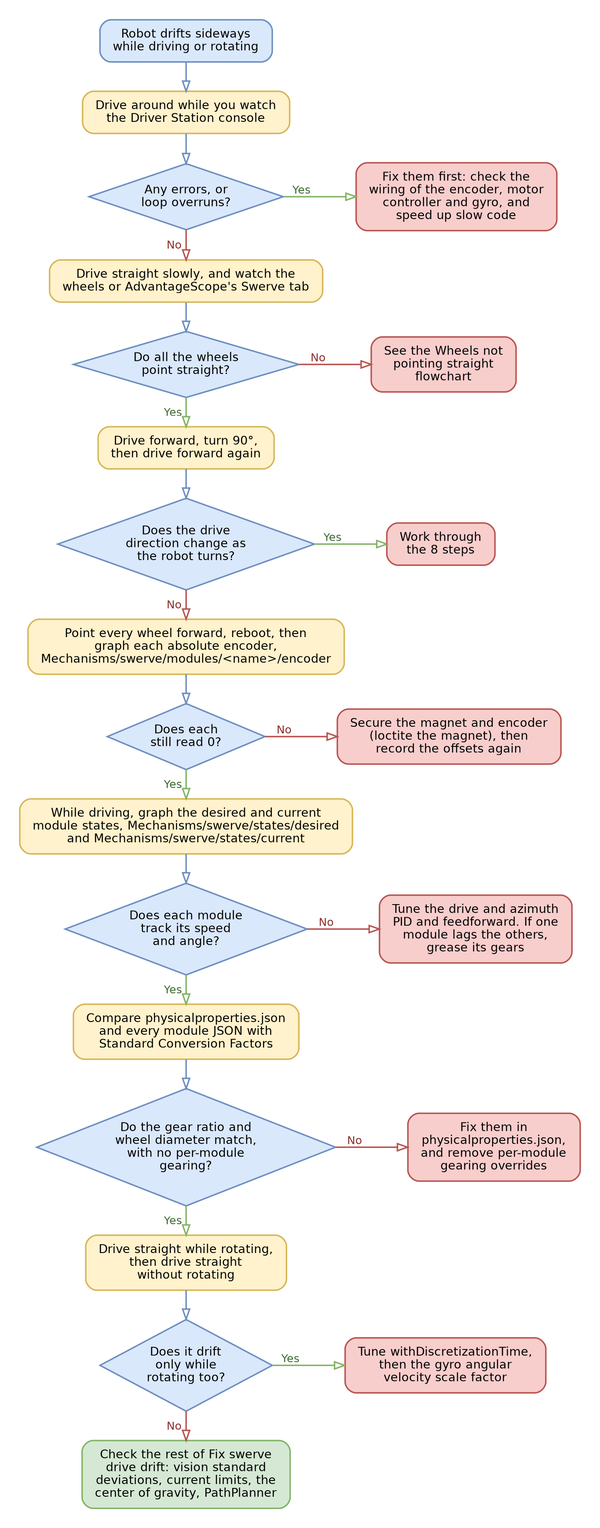
The Graphviz diagram .gitbook/assets/yagsl-flowchart-drift.png in Yet-Another-Software-Suite/YAGSL-gitbook, before a commit. Its source is kept beside it as .gitbook/assets/yagsl-flowchart-drift.dot.
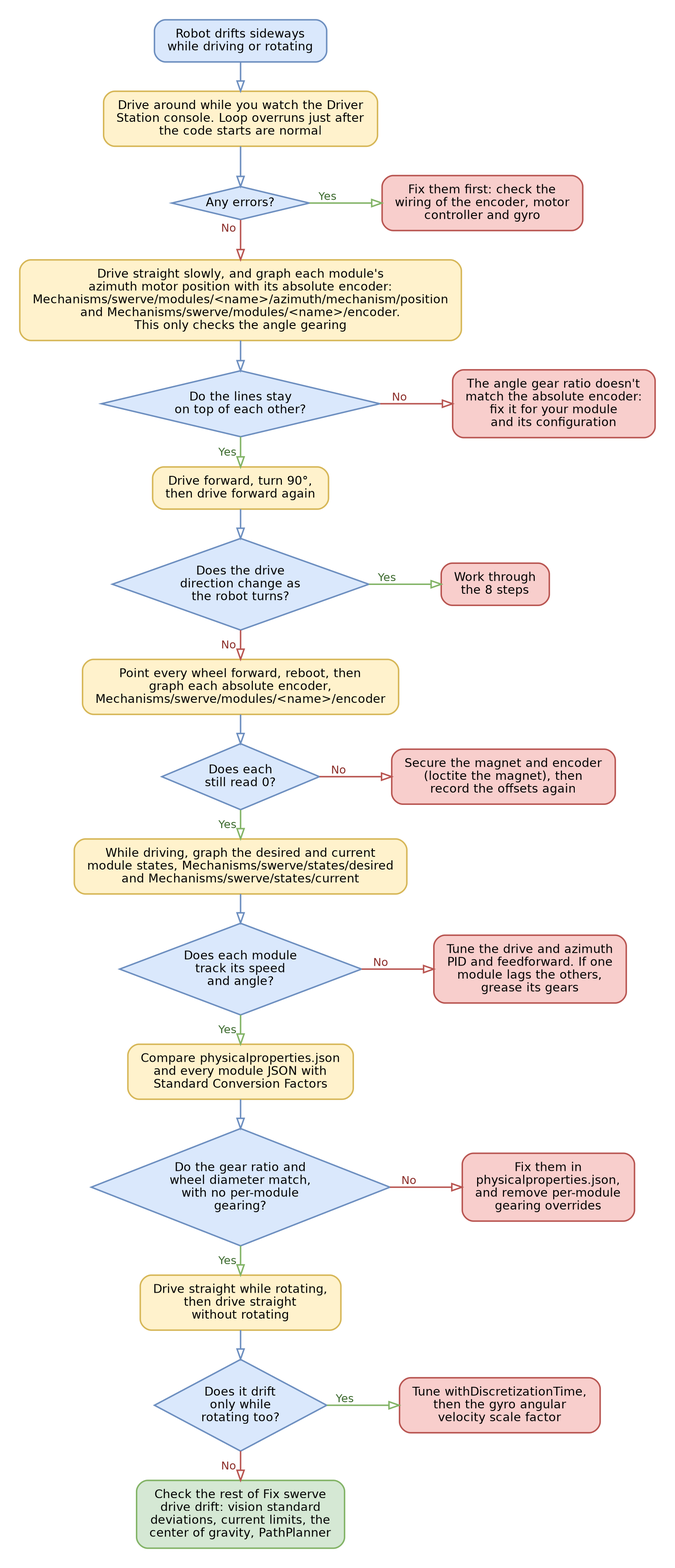
After the change.

Commit message:
Flowcharts: storage last for a slow robot, simpler scaling check, loop overruns at startup are normal, locations in inches, encoder too far from the magnet, drive-straight check is for angle gearing

Change to the diagram source:
```diff
@@ -4,17 +4,17 @@
   edge  [fontname="DejaVu Sans", fontsize=12, penwidth=1.6, arrowhead=onormal, arrowsize=1.1];
   graph [nodesep=1.1];
   s [label="Robot drifts sideways\nwhile driving or rotating", shape=box, style="rounded,filled", fillcolor="#dae8fc", color="#6c8ebf"];
-  h1 [label="Drive around while you watch\nthe Driver Station console", shape=box, style="rounded,filled", fillcolor="#fff2cc", color="#d6b656"];
-  q1 [label="Any errors, or\nloop overruns?", shape=diamond, style=filled, fillcolor="#dae8fc", color="#6c8ebf", margin="0.05,0.05"];
-  f1 [label="Fix them first: check the\nwiring of the encoder, motor\ncontroller and gyro, and\nspeed up slow code", shape=box, style="rounded,filled", fillcolor="#f8cecc", color="#b85450"];
+  h1 [label="Drive around while you watch the Driver\nStation console. Loop overruns just after\nthe code starts are normal", shape=box, style="rounded,filled", fillcolor="#fff2cc", color="#d6b656"];
+  q1 [label="Any errors?", shape=diamond, style=filled, fillcolor="#dae8fc", color="#6c8ebf", margin="0.05,0.05"];
+  f1 [label="Fix them first: check the\nwiring of the encoder, motor\ncontroller and gyro", shape=box, style="rounded,filled", fillcolor="#f8cecc", color="#b85450"];
   {rank=same; q1; f1;}
   s -> h1 [color="#6c8ebf", weight=10];
   h1 -> q1 [color="#6c8ebf", weight=10];
   q1 -> f1 [xlabel=" Yes ", color="#82b366", fontcolor="#3d6b2f"];
   q1 -> h2 [xlabel=" No ", color="#b85450", fontcolor="#8c2f2b", weight=10];
-  h2 [label="Drive straight slowly, and watch the\nwheels or AdvantageScope's Swerve tab", shape=box, style="rounded,filled", fillcolor="#fff2cc", color="#d6b656"];
-  q2 [label="Do all the wheels\npoint straight?", shape=diamond, style=filled, fillcolor="#dae8fc", color="#6c8ebf", margin="0.05,0.05"];
-  f2 [label="See the Wheels not\npointing straight\nflowchart", shape=box, style="rounded,filled", fillcolor="#f8cecc", color="#b85450"];
+  h2 [label="Drive straight slowly, and graph each module's\nazimuth motor position with its absolute encoder:\nMechanisms/swerve/modules/<name>/azimuth/mechanism/position\nand Mechanisms/swerve/modules/<name>/encoder.\nThis only checks the angle gearing", shape=box, style="rounded,filled", fillcolor="#fff2cc", color="#d6b656"];
+  q2 [label="Do the lines stay\non top of each other?", shape=diamond, style=filled, fillcolor="#dae8fc", color="#6c8ebf", margin="0.05,0.05"];
+  f2 [label="The angle gear ratio doesn't\nmatch the absolute encoder:\nfix it for your module\nand its configuration", shape=box, style="rounded,filled", fillcolor="#f8cecc", color="#b85450"];
   {rank=same; q2; f2;}
   h2 -> q2 [color="#6c8ebf", weight=10];
   q2 -> f2 [xlabel=" No ", color="#b85450", fontcolor="#8c2f2b"];
```
